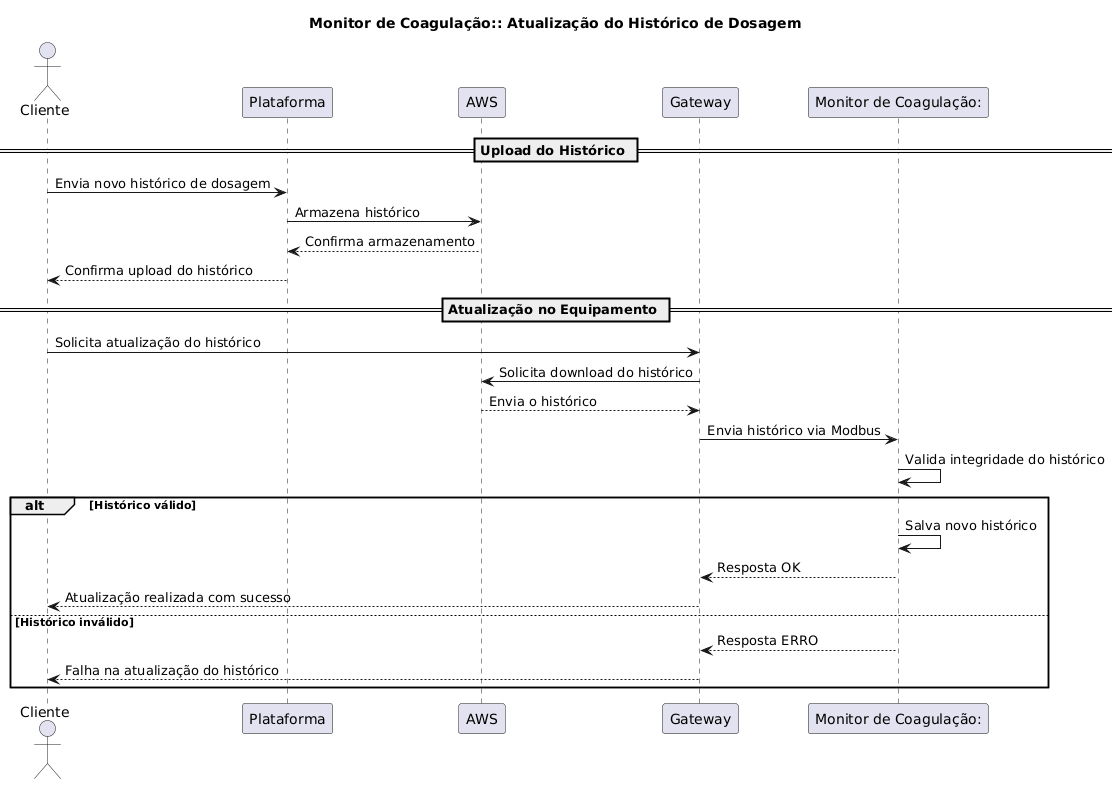
Before: Documentação Monitor/Histórico de Dosagem.png, a diagram exported from PlantUML (Monique-HidroSolo/plantuml). Its diagram source:
```plantuml
@startuml
title Monitor de Coagulação:: Atualização do Histórico de Dosagem

actor Cliente as C
participant Plataforma as P
participant AWS as AWS
participant Gateway as GW
participant "Monitor de Coagulação:" as MC

== Upload do Histórico ==
C -> P: Envia novo histórico de dosagem
P -> AWS: Armazena histórico
AWS --> P: Confirma armazenamento
P --> C: Confirma upload do histórico

== Atualização no Equipamento ==
C -> GW: Solicita atualização do histórico
GW -> AWS: Solicita download do histórico
AWS --> GW: Envia o histórico

GW -> MC: Envia histórico via Modbus
MC -> MC: Valida integridade do histórico

alt Histórico válido
    MC -> MC: Salva novo histórico
    MC --> GW: Resposta OK
    GW --> C: Atualização realizada com sucesso
else Histórico inválido
    MC --> GW: Resposta ERRO
    GW --> C: Falha na atualização do histórico
end
@enduml
```
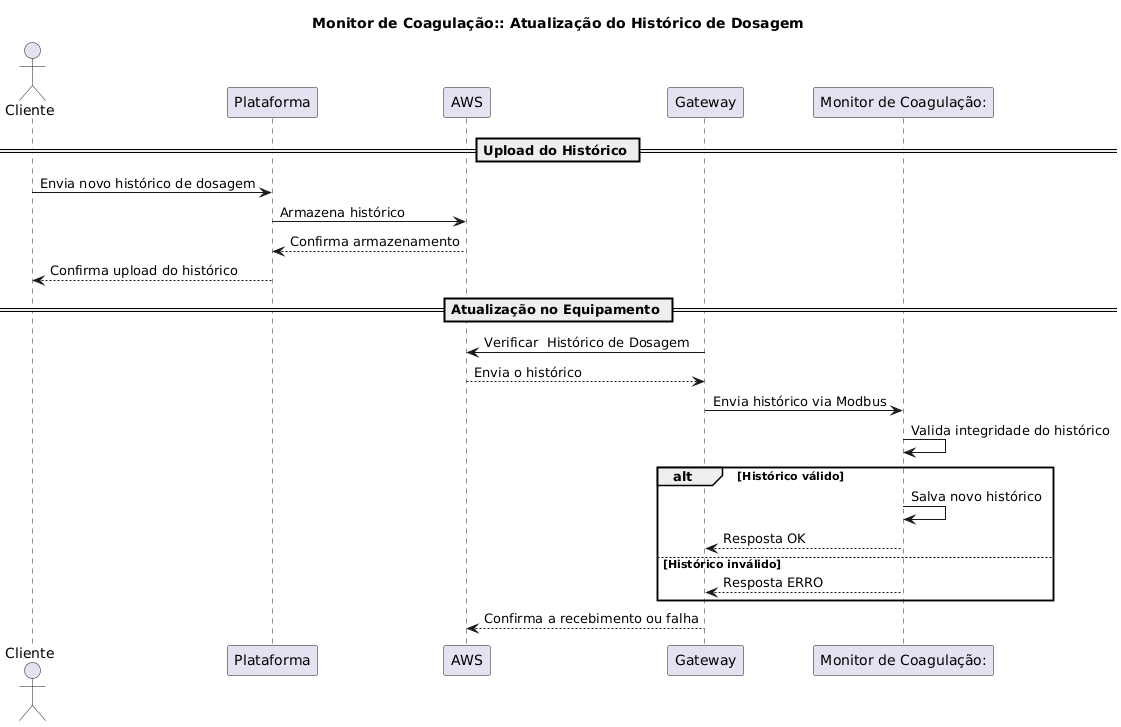
After the change.

Commit message:
Atualização dos Diagramas Monitor

Change to the diagram source:
```diff
@@ -14,8 +14,7 @@
 P --> C: Confirma upload do histórico
 
 == Atualização no Equipamento ==
-C -> GW: Solicita atualização do histórico
-GW -> AWS: Solicita download do histórico
+GW -> AWS: Verificar  Histórico de Dosagem
 AWS --> GW: Envia o histórico
 
 GW -> MC: Envia histórico via Modbus
@@ -24,9 +23,8 @@
 alt Histórico válido
     MC -> MC: Salva novo histórico
     MC --> GW: Resposta OK
-    GW --> C: Atualização realizada com sucesso
 else Histórico inválido
     MC --> GW: Resposta ERRO
-    GW --> C: Falha na atualização do histórico
 end
+GW --> AWS: Confirma a recebimento ou falha
 @enduml
```
